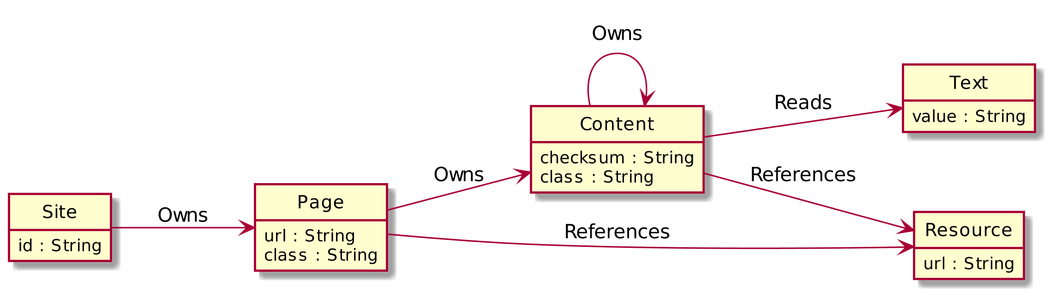
The PlantUML diagram src/main/resources/db-data-model/nodes.png in TheGreyKoala/master-thesis, before a commit. The source it was exported from:
```plantuml
@startuml
hide circle
hide empty methods

class Content {
    checksum : String
    class : String
}
hide circle
hide empty methods

class Page {
    url : String
    class : String
}

Content --> Content : Owns
Page --> Content : Owns
hide circle
hide empty methods

class Resource {
    url : String
}

Content --> Resource : References
Page --> Resource : References

scale 3.25
left to right direction
hide circle
hide empty methods

class Site {
    id : String
}

class Text {
    value : String
}

Content --> Text : Reads
Site --> Page : Owns
@enduml
```
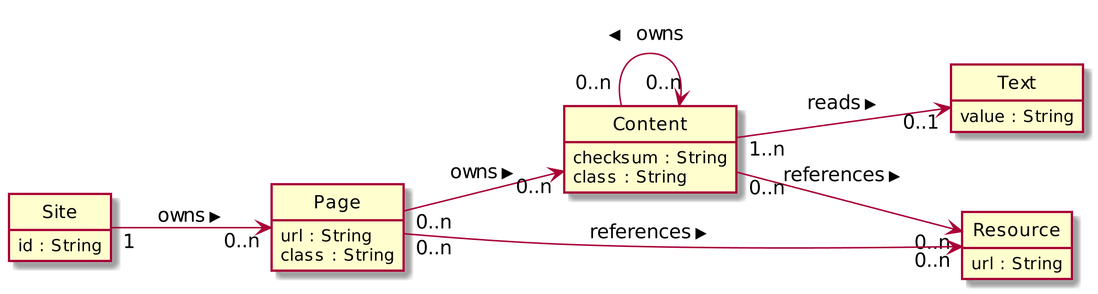
Later version of the same file.

Change to the diagram source:
```diff
@@ -14,8 +14,8 @@
     class : String
 }
 
-Content --> Content : Owns
-Page --> Content : Owns
+Content "0..n" --> "0..n" Content : > owns
+Page "0..n" --> "0..n" Content : > owns
 hide circle
 hide empty methods
 
@@ -23,8 +23,8 @@
     url : String
 }
 
-Content --> Resource : References
-Page --> Resource : References
+Content "0..n" --> "0..n" Resource : > references
+Page "0..n" --> "0..n" Resource : > references
 
 scale 3.25
 left to right direction
@@ -39,6 +39,6 @@
     value : String
 }
 
-Content --> Text : Reads
-Site --> Page : Owns
+Content "1..n" --> "0..1" Text : > reads
+Site "1" --> "0..n" Page : > owns
 @enduml
```
